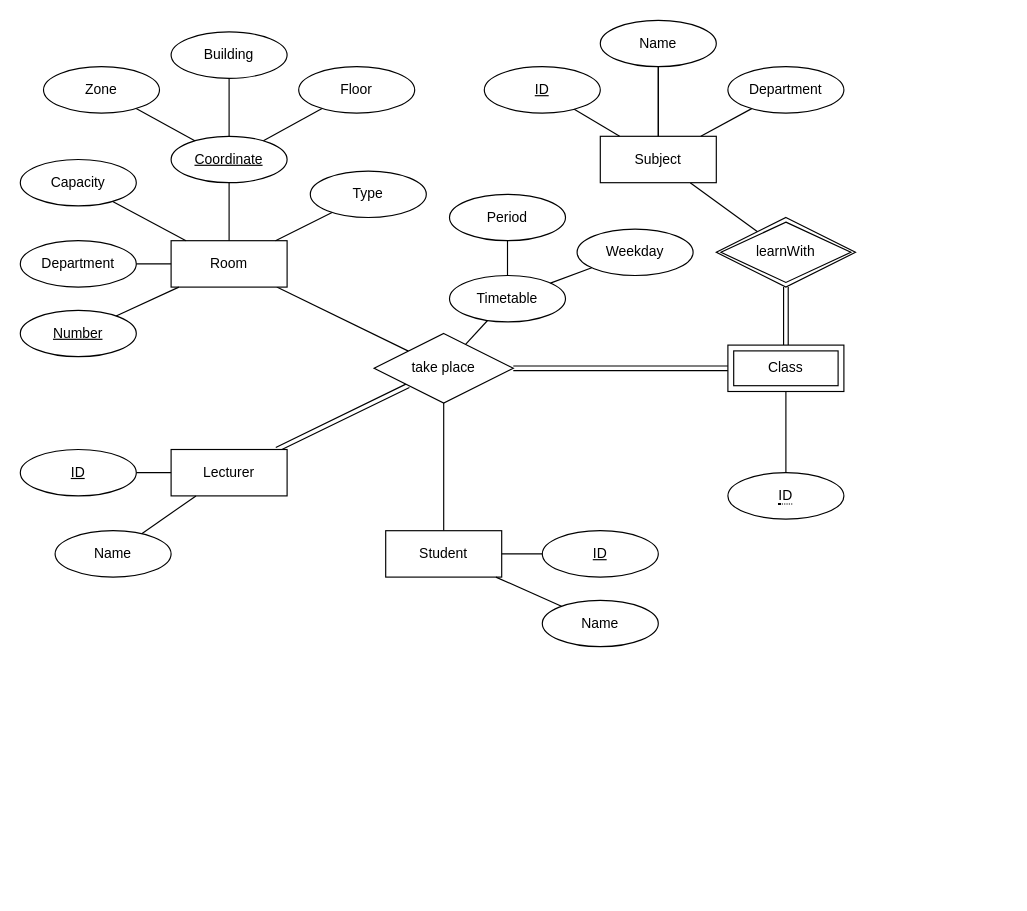
lehongduc200115/unitime-do-an keeps this draw.io diagram as page "ERD" (2 of 3) of draw.drawio. Above is the earlier version. Source tidied: cells renumbered, new cells numbered last; positions are measured from the earlier drawing's top-left corner, leaving out a move shared by most shapes. Both pictures are drawn from the tidied source at 116%, with x=0, y=0 at pixel (20, 20).
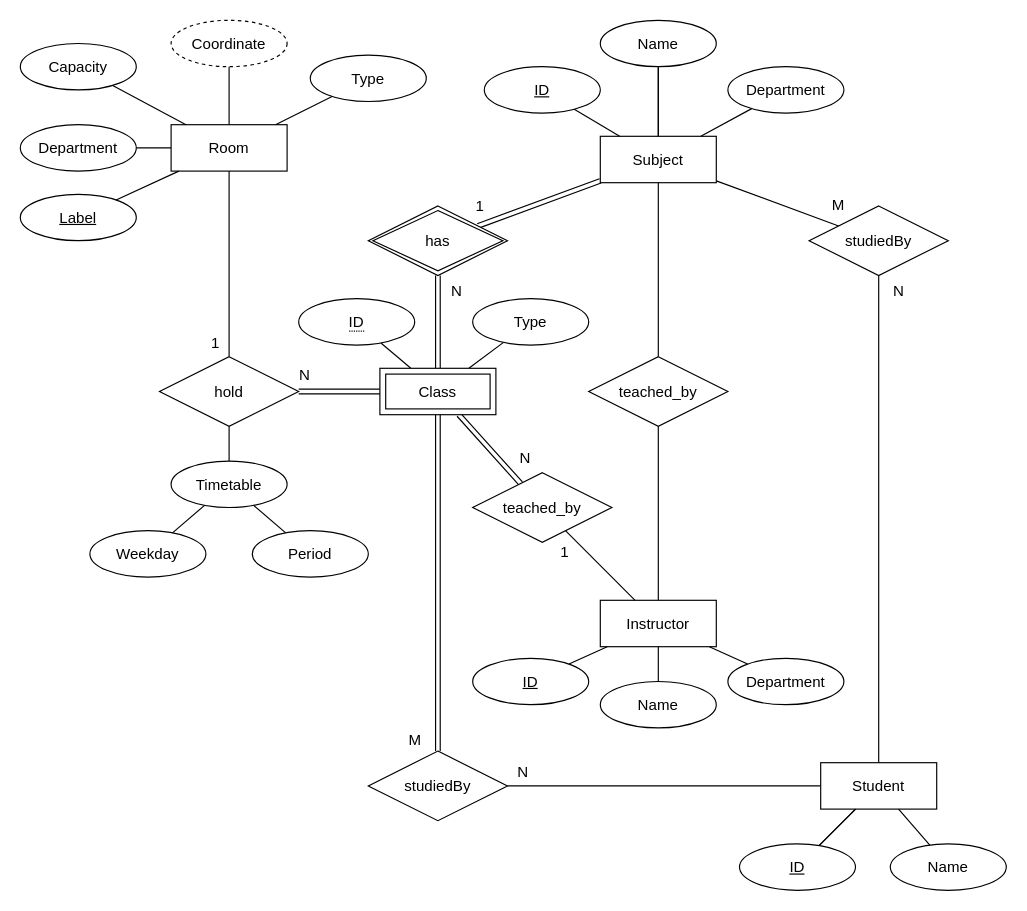
The same page after the edit.

What changed in the source:
```diff
@@
-    <mxCell id="2" style="edgeStyle=none;html=1;endArrow=none;endFill=0;" parent="1" edge="1" source="3" target="42">
-      <mxGeometry relative="1" as="geometry" />
-    </mxCell>
+    <mxCell id="52" value="N" style="edgeStyle=none;html=1;endArrow=none;endFill=0;shape=link;fontSize=13;" parent="1" edge="1" source="53" target="49">
+      <mxGeometry x="-0.68" y="16" relative="1" as="geometry" />
+    </mxCell>
+    <mxCell id="54" value="1" style="edgeStyle=none;html=1;endArrow=none;endFill=0;fontSize=13;" parent="1" edge="1" source="3" target="65">
+      <mxGeometry x="0.85" y="-12" relative="1" as="geometry" />
+    </mxCell>
-    <mxCell id="3" value="Room" style="whiteSpace=wrap;html=1;align=center;" parent="1" vertex="1">
-      <mxGeometry x="130" y="190" width="100" height="40" as="geometry" />
+    <mxCell id="3" value="Room" style="whiteSpace=wrap;html=1;align=center;fontSize=13;" parent="1" vertex="1">
+      <mxGeometry x="130" y="90" width="100" height="40" as="geometry" />
     </mxCell>
-    <mxCell id="4" style="edgeStyle=none;html=1;endArrow=none;endFill=0;" parent="1" edge="1" source="5" target="3">
+    <mxCell id="4" style="edgeStyle=none;html=1;endArrow=none;endFill=0;fontSize=13;" parent="1" edge="1" source="5" target="3">
       <mxGeometry relative="1" as="geometry" />
     </mxCell>
-    <mxCell id="5" value="Number" style="ellipse;whiteSpace=wrap;html=1;align=center;fontStyle=4;" parent="1" vertex="1">
-      <mxGeometry y="250" width="100" height="40" as="geometry" />
+    <mxCell id="5" value="Label" style="ellipse;whiteSpace=wrap;html=1;align=center;fontStyle=4;fontSize=13;" parent="1" vertex="1">
+      <mxGeometry y="150" width="100" height="40" as="geometry" />
     </mxCell>
-    <mxCell id="6" style="edgeStyle=none;html=1;endArrow=none;endFill=0;" parent="1" edge="1" source="7" target="3">
+    <mxCell id="6" style="edgeStyle=none;html=1;endArrow=none;endFill=0;fontSize=13;" parent="1" edge="1" source="7" target="3">
       <mxGeometry relative="1" as="geometry" />
     </mxCell>
-    <mxCell id="7" value="&lt;u&gt;Coordinate&lt;/u&gt;" style="ellipse;whiteSpace=wrap;html=1;align=center;fontStyle=0;" parent="1" vertex="1">
-      <mxGeometry x="130" y="100" width="100" height="40" as="geometry" />
+    <mxCell id="7" value="&lt;span style=&quot;font-size: 13px;&quot;&gt;Coordinate&lt;/span&gt;" style="ellipse;whiteSpace=wrap;html=1;align=center;dashed=1;fontFamily=Helvetica;fontSize=13;fontColor=rgb(0, 0, 0);strokeColor=rgb(0, 0, 0);fillColor=rgb(255, 255, 255);fontStyle=0;" parent="1" vertex="1">
+      <mxGeometry x="130" width="100" height="40" as="geometry" />
     </mxCell>
-    <mxCell id="8" style="edgeStyle=none;html=1;endArrow=none;endFill=0;" parent="1" edge="1" source="9" target="7">
-      <mxGeometry relative="1" as="geometry" />
-    </mxCell>
-    <mxCell id="9" value="Zone" style="ellipse;whiteSpace=wrap;html=1;align=center;" parent="1" vertex="1">
-      <mxGeometry x="20" y="40" width="100" height="40" as="geometry" />
-    </mxCell>
-    <mxCell id="10" style="edgeStyle=none;html=1;endArrow=none;endFill=0;" parent="1" edge="1" source="11" target="7">
-      <mxGeometry relative="1" as="geometry" />
-    </mxCell>
-    <mxCell id="11" value="Building" style="ellipse;whiteSpace=wrap;html=1;align=center;" parent="1" vertex="1">
-      <mxGeometry x="130" y="10" width="100" height="40" as="geometry" />
-    </mxCell>
-    <mxCell id="12" style="edgeStyle=none;html=1;endArrow=none;endFill=0;" parent="1" edge="1" source="13" target="7">
-      <mxGeometry relative="1" as="geometry" />
-    </mxCell>
-    <mxCell id="13" value="Floor" style="ellipse;whiteSpace=wrap;html=1;align=center;" parent="1" vertex="1">
-      <mxGeometry x="240" y="40" width="100" height="40" as="geometry" />
-    </mxCell>
-    <mxCell id="14" style="edgeStyle=none;html=1;endArrow=none;endFill=0;shape=link;" parent="1" edge="1" source="15" target="42">
-      <mxGeometry relative="1" as="geometry" />
-    </mxCell>
+    <mxCell id="55" style="edgeStyle=none;html=1;endArrow=none;endFill=0;fontSize=13;" parent="1" edge="1" source="15" target="63">
+      <mxGeometry relative="1" as="geometry" />
+    </mxCell>
-    <mxCell id="15" value="Lecturer" style="whiteSpace=wrap;html=1;align=center;" parent="1" vertex="1">
-      <mxGeometry x="130" y="370" width="100" height="40" as="geometry" />
+    <mxCell id="15" value="Instructor" style="whiteSpace=wrap;html=1;align=center;fontSize=13;" parent="1" vertex="1">
+      <mxGeometry x="500" y="500" width="100" height="40" as="geometry" />
     </mxCell>
-    <mxCell id="16" style="edgeStyle=none;html=1;endArrow=none;endFill=0;shape=link;" parent="1" edge="1" source="49" target="42">
-      <mxGeometry relative="1" as="geometry" />
-    </mxCell>
-    <mxCell id="17" style="edgeStyle=none;html=1;endArrow=none;endFill=0;" parent="1" edge="1" source="18" target="53">
-      <mxGeometry relative="1" as="geometry" />
+    <mxCell id="17" value="1" style="edgeStyle=none;html=1;endArrow=none;endFill=0;shape=link;fontSize=13;" parent="1" edge="1" source="18" target="53">
+      <mxGeometry x="0.87" y="-16" relative="1" as="geometry" />
     </mxCell>
+    <mxCell id="56" value="M" style="edgeStyle=none;html=1;endArrow=none;endFill=0;fontSize=13;" parent="1" edge="1" source="18" target="72">
+      <mxGeometry x="0.88" y="17" relative="1" as="geometry" />
+    </mxCell>
-    <mxCell id="18" value="Subject" style="whiteSpace=wrap;html=1;align=center;" parent="1" vertex="1">
+    <mxCell id="18" value="Subject" style="whiteSpace=wrap;html=1;align=center;fontSize=13;" parent="1" vertex="1">
       <mxGeometry x="500" y="100" width="100" height="40" as="geometry" />
     </mxCell>
-    <mxCell id="19" style="edgeStyle=none;html=1;endArrow=none;endFill=0;" parent="1" edge="1" source="20" target="42">
-      <mxGeometry relative="1" as="geometry" />
-    </mxCell>
+    <mxCell id="57" value="N" style="edgeStyle=none;html=1;endArrow=none;endFill=0;fontSize=13;" parent="1" edge="1" source="20" target="69">
+      <mxGeometry x="0.9" y="-12" relative="1" as="geometry" />
+    </mxCell>
-    <mxCell id="20" value="Student" style="whiteSpace=wrap;html=1;align=center;" parent="1" vertex="1">
-      <mxGeometry x="315" y="440" width="100" height="40" as="geometry" />
+    <mxCell id="20" value="Student" style="whiteSpace=wrap;html=1;align=center;fontSize=13;" parent="1" vertex="1">
+      <mxGeometry x="690" y="640" width="100" height="40" as="geometry" />
     </mxCell>
-    <mxCell id="21" style="edgeStyle=none;html=1;endArrow=none;endFill=0;startArrow=none;" parent="1" edge="1" source="33" target="18">
+    <mxCell id="21" style="edgeStyle=none;html=1;endArrow=none;endFill=0;startArrow=none;fontSize=13;" parent="1" edge="1" source="33" target="18">
       <mxGeometry relative="1" as="geometry" />
     </mxCell>
-    <mxCell id="22" value="ID" style="ellipse;whiteSpace=wrap;html=1;align=center;fontStyle=4;" parent="1" vertex="1">
+    <mxCell id="22" value="ID" style="ellipse;whiteSpace=wrap;html=1;align=center;fontStyle=4;fontSize=13;" parent="1" vertex="1">
       <mxGeometry x="400" y="40" width="100" height="40" as="geometry" />
     </mxCell>
-    <mxCell id="23" style="edgeStyle=none;html=1;endArrow=none;endFill=0;" parent="1" edge="1" source="33" target="18">
+    <mxCell id="23" style="edgeStyle=none;html=1;endArrow=none;endFill=0;fontSize=13;" parent="1" edge="1" source="33" target="18">
       <mxGeometry relative="1" as="geometry" />
     </mxCell>
-    <mxCell id="24" style="edgeStyle=none;html=1;endArrow=none;endFill=0;" parent="1" edge="1" source="25" target="18">
+    <mxCell id="24" style="edgeStyle=none;html=1;endArrow=none;endFill=0;fontSize=13;" parent="1" edge="1" source="25" target="18">
       <mxGeometry relative="1" as="geometry" />
     </mxCell>
-    <mxCell id="25" value="Department" style="ellipse;whiteSpace=wrap;html=1;align=center;" parent="1" vertex="1">
+    <mxCell id="25" value="Department" style="ellipse;whiteSpace=wrap;html=1;align=center;fontSize=13;" parent="1" vertex="1">
       <mxGeometry x="610" y="40" width="100" height="40" as="geometry" />
     </mxCell>
-    <mxCell id="26" style="edgeStyle=none;html=1;endArrow=none;endFill=0;" parent="1" edge="1" source="27" target="15">
+    <mxCell id="26" style="edgeStyle=none;html=1;endArrow=none;endFill=0;fontSize=13;" parent="1" edge="1" source="27" target="15">
       <mxGeometry relative="1" as="geometry" />
     </mxCell>
-    <mxCell id="27" value="ID" style="ellipse;whiteSpace=wrap;html=1;align=center;fontStyle=4;" parent="1" vertex="1">
-      <mxGeometry y="370" width="100" height="40" as="geometry" />
+    <mxCell id="27" value="ID" style="ellipse;whiteSpace=wrap;html=1;align=center;fontStyle=4;fontSize=13;" parent="1" vertex="1">
+      <mxGeometry x="390" y="550" width="100" height="40" as="geometry" />
     </mxCell>
-    <mxCell id="28" value="Timetable" style="ellipse;whiteSpace=wrap;html=1;align=center;fontFamily=Helvetica;fontSize=12;fontColor=rgb(0, 0, 0);strokeColor=rgb(0, 0, 0);fillColor=rgb(255, 255, 255);" parent="1" vertex="1">
-      <mxGeometry x="370" y="220" width="100" height="40" as="geometry" />
-    </mxCell>
-    <mxCell id="29" style="edgeStyle=none;html=1;endArrow=none;endFill=0;" parent="1" edge="1" source="30" target="28">
-      <mxGeometry relative="1" as="geometry" />
-    </mxCell>
-    <mxCell id="30" value="Period" style="ellipse;whiteSpace=wrap;html=1;align=center;fontStyle=0;" parent="1" vertex="1">
-      <mxGeometry x="370" y="150" width="100" height="40" as="geometry" />
-    </mxCell>
-    <mxCell id="31" style="edgeStyle=none;html=1;endArrow=none;endFill=0;" parent="1" edge="1" source="32" target="28">
-      <mxGeometry relative="1" as="geometry" />
-    </mxCell>
-    <mxCell id="32" value="Weekday" style="ellipse;whiteSpace=wrap;html=1;align=center;fontStyle=0;" parent="1" vertex="1">
-      <mxGeometry x="480" y="180" width="100" height="40" as="geometry" />
-    </mxCell>
-    <mxCell id="33" value="Name" style="ellipse;whiteSpace=wrap;html=1;align=center;" parent="1" vertex="1">
+    <mxCell id="33" value="Name" style="ellipse;whiteSpace=wrap;html=1;align=center;fontSize=13;" parent="1" vertex="1">
       <mxGeometry x="500" width="100" height="40" as="geometry" />
     </mxCell>
-    <mxCell id="34" style="edgeStyle=none;html=1;endArrow=none;endFill=0;" parent="1" edge="1" source="22" target="18">
+    <mxCell id="34" style="edgeStyle=none;html=1;endArrow=none;endFill=0;fontSize=13;" parent="1" edge="1" source="22" target="18">
       <mxGeometry relative="1" as="geometry" />
     </mxCell>
-    <mxCell id="35" style="edgeStyle=none;html=1;endArrow=none;endFill=0;" parent="1" edge="1" source="36" target="15">
+    <mxCell id="35" style="edgeStyle=none;html=1;endArrow=none;endFill=0;fontSize=13;" parent="1" edge="1" source="36" target="15">
       <mxGeometry relative="1" as="geometry" />
     </mxCell>
-    <mxCell id="36" value="Name" style="ellipse;whiteSpace=wrap;html=1;align=center;" parent="1" vertex="1">
-      <mxGeometry x="30" y="440" width="100" height="40" as="geometry" />
+    <mxCell id="36" value="Name" style="ellipse;whiteSpace=wrap;html=1;align=center;fontSize=13;" parent="1" vertex="1">
+      <mxGeometry x="500" y="570" width="100" height="40" as="geometry" />
     </mxCell>
-    <mxCell id="37" style="edgeStyle=none;html=1;endArrow=none;endFill=0;" parent="1" edge="1" source="38" target="20">
+    <mxCell id="37" style="edgeStyle=none;html=1;endArrow=none;endFill=0;startArrow=none;fontSize=13;" parent="1" edge="1" source="40" target="20">
       <mxGeometry relative="1" as="geometry" />
     </mxCell>
-    <mxCell id="38" value="Name" style="ellipse;whiteSpace=wrap;html=1;align=center;" parent="1" vertex="1">
-      <mxGeometry x="450" y="500" width="100" height="40" as="geometry" />
+    <mxCell id="38" value="Name" style="ellipse;whiteSpace=wrap;html=1;align=center;fontSize=13;" parent="1" vertex="1">
+      <mxGeometry x="750" y="710" width="100" height="40" as="geometry" />
     </mxCell>
-    <mxCell id="39" style="edgeStyle=none;html=1;endArrow=none;endFill=0;" parent="1" edge="1" source="40" target="20">
+    <mxCell id="39" style="edgeStyle=none;html=1;endArrow=none;endFill=0;fontSize=13;" parent="1" edge="1" source="40" target="20">
       <mxGeometry relative="1" as="geometry" />
     </mxCell>
-    <mxCell id="40" value="ID" style="ellipse;whiteSpace=wrap;html=1;align=center;fontStyle=4;" parent="1" vertex="1">
-      <mxGeometry x="450" y="440" width="100" height="40" as="geometry" />
-    </mxCell>
-    <mxCell id="41" style="edgeStyle=none;html=1;endArrow=none;endFill=0;" parent="1" edge="1" source="42" target="28">
-      <mxGeometry relative="1" as="geometry" />
-    </mxCell>
-    <mxCell id="42" value="take place" style="shape=rhombus;perimeter=rhombusPerimeter;whiteSpace=wrap;html=1;align=center;" parent="1" vertex="1">
-      <mxGeometry x="305" y="270" width="120" height="60" as="geometry" />
-    </mxCell>
-    <mxCell id="43" style="edgeStyle=none;html=1;endArrow=none;endFill=0;" parent="1" edge="1" source="44" target="3">
+    <mxCell id="43" style="edgeStyle=none;html=1;endArrow=none;endFill=0;fontSize=13;" parent="1" edge="1" source="44" target="3">
       <mxGeometry relative="1" as="geometry" />
     </mxCell>
-    <mxCell id="44" value="Capacity" style="ellipse;whiteSpace=wrap;html=1;align=center;" parent="1" vertex="1">
-      <mxGeometry y="120" width="100" height="40" as="geometry" />
+    <mxCell id="44" value="Capacity" style="ellipse;whiteSpace=wrap;html=1;align=center;fontSize=13;" parent="1" vertex="1">
+      <mxGeometry y="20" width="100" height="40" as="geometry" />
     </mxCell>
-    <mxCell id="45" style="edgeStyle=none;html=1;endArrow=none;endFill=0;" parent="1" edge="1" source="46" target="3">
+    <mxCell id="45" style="edgeStyle=none;html=1;endArrow=none;endFill=0;fontSize=13;" parent="1" edge="1" source="46" target="3">
       <mxGeometry relative="1" as="geometry" />
     </mxCell>
-    <mxCell id="46" value="Type" style="ellipse;whiteSpace=wrap;html=1;align=center;" parent="1" vertex="1">
-      <mxGeometry x="250" y="130" width="100" height="40" as="geometry" />
+    <mxCell id="46" value="Type" style="ellipse;whiteSpace=wrap;html=1;align=center;fontSize=13;" parent="1" vertex="1">
+      <mxGeometry x="250" y="30" width="100" height="40" as="geometry" />
     </mxCell>
-    <mxCell id="47" style="edgeStyle=none;html=1;endArrow=none;endFill=0;" parent="1" edge="1" source="48" target="3">
+    <mxCell id="47" style="edgeStyle=none;html=1;endArrow=none;endFill=0;fontSize=13;" parent="1" edge="1" source="48" target="3">
       <mxGeometry relative="1" as="geometry" />
     </mxCell>
-    <mxCell id="48" value="Department" style="ellipse;whiteSpace=wrap;html=1;align=center;" parent="1" vertex="1">
-      <mxGeometry y="190" width="100" height="40" as="geometry" />
+    <mxCell id="48" value="Department" style="ellipse;whiteSpace=wrap;html=1;align=center;fontSize=13;" parent="1" vertex="1">
+      <mxGeometry y="90" width="100" height="40" as="geometry" />
     </mxCell>
+    <mxCell id="58" style="edgeStyle=none;html=1;endArrow=none;endFill=0;fontSize=13;" parent="1" edge="1" source="65" target="28">
+      <mxGeometry relative="1" as="geometry" />
+    </mxCell>
+    <mxCell id="50" style="edgeStyle=none;html=1;endArrow=none;endFill=0;fontSize=13;" parent="1" edge="1" source="51" target="49">
+      <mxGeometry relative="1" as="geometry" />
+    </mxCell>
+    <mxCell id="59" value="N" style="edgeStyle=none;html=1;endArrow=none;endFill=0;shape=link;fontSize=13;" parent="1" edge="1" source="49" target="67">
+      <mxGeometry x="0.65" y="18" relative="1" as="geometry">
+        <mxPoint x="-1" as="offset" />
+      </mxGeometry>
+    </mxCell>
-    <mxCell id="49" value="Class" style="shape=ext;margin=3;double=1;whiteSpace=wrap;html=1;align=center;fontFamily=Helvetica;fontSize=12;fontColor=rgb(0, 0, 0);strokeColor=rgb(0, 0, 0);fillColor=rgb(255, 255, 255);" parent="1" vertex="1">
-      <mxGeometry x="610" y="280" width="100" height="40" as="geometry" />
+    <mxCell id="49" value="Class" style="shape=ext;margin=3;double=1;whiteSpace=wrap;html=1;align=center;fontFamily=Helvetica;fontSize=13;fontColor=rgb(0, 0, 0);strokeColor=rgb(0, 0, 0);fillColor=rgb(255, 255, 255);" parent="1" vertex="1">
+      <mxGeometry x="310" y="300" width="100" height="40" as="geometry" />
     </mxCell>
-    <mxCell id="50" style="edgeStyle=none;html=1;endArrow=none;endFill=0;" parent="1" edge="1" source="51" target="49">
-      <mxGeometry relative="1" as="geometry" />
-    </mxCell>
-    <mxCell id="51" value="&lt;span style=&quot;border-bottom: 1px dotted&quot;&gt;ID&lt;/span&gt;" style="ellipse;whiteSpace=wrap;html=1;align=center;" parent="1" vertex="1">
-      <mxGeometry x="610" y="390" width="100" height="40" as="geometry" />
+    <mxCell id="51" value="&lt;span style=&quot;border-bottom: 1px dotted; font-size: 13px;&quot;&gt;ID&lt;/span&gt;" style="ellipse;whiteSpace=wrap;html=1;align=center;fontSize=13;" parent="1" vertex="1">
+      <mxGeometry x="240" y="240" width="100" height="40" as="geometry" />
     </mxCell>
-    <mxCell id="52" style="edgeStyle=none;html=1;endArrow=none;endFill=0;shape=link;" parent="1" edge="1" source="53" target="49">
-      <mxGeometry relative="1" as="geometry" />
-    </mxCell>
-    <mxCell id="53" value="learnWith" style="shape=rhombus;double=1;perimeter=rhombusPerimeter;whiteSpace=wrap;html=1;align=center;" parent="1" vertex="1">
-      <mxGeometry x="600" y="170" width="120" height="60" as="geometry" />
+    <mxCell id="53" value="has" style="shape=rhombus;double=1;perimeter=rhombusPerimeter;whiteSpace=wrap;html=1;align=center;fontSize=13;" parent="1" vertex="1">
+      <mxGeometry x="300" y="160" width="120" height="60" as="geometry" />
     </mxCell>
+    <mxCell id="60" style="edgeStyle=none;html=1;endArrow=none;endFill=0;fontSize=13;" parent="1" edge="1" source="61" target="49">
+      <mxGeometry relative="1" as="geometry" />
+    </mxCell>
+    <mxCell id="61" value="Type" style="ellipse;whiteSpace=wrap;html=1;align=center;fontFamily=Helvetica;fontSize=13;fontColor=rgb(0, 0, 0);strokeColor=rgb(0, 0, 0);fillColor=rgb(255, 255, 255);" parent="1" vertex="1">
+      <mxGeometry x="390" y="240" width="100" height="40" as="geometry" />
+    </mxCell>
+    <mxCell id="28" value="Timetable" style="ellipse;whiteSpace=wrap;html=1;align=center;fontFamily=Helvetica;fontSize=13;fontColor=rgb(0, 0, 0);strokeColor=rgb(0, 0, 0);fillColor=rgb(255, 255, 255);" parent="1" vertex="1">
+      <mxGeometry x="130" y="380" width="100" height="40" as="geometry" />
+    </mxCell>
+    <mxCell id="29" style="edgeStyle=none;html=1;endArrow=none;endFill=0;fontSize=13;" parent="1" edge="1" source="30" target="28">
+      <mxGeometry relative="1" as="geometry" />
+    </mxCell>
+    <mxCell id="30" value="Period" style="ellipse;whiteSpace=wrap;html=1;align=center;fontFamily=Helvetica;fontSize=13;fontColor=rgb(0, 0, 0);strokeColor=rgb(0, 0, 0);fillColor=rgb(255, 255, 255);" parent="1" vertex="1">
+      <mxGeometry x="200" y="440" width="100" height="40" as="geometry" />
+    </mxCell>
+    <mxCell id="31" style="edgeStyle=none;html=1;endArrow=none;endFill=0;fontSize=13;" parent="1" edge="1" source="32" target="28">
+      <mxGeometry relative="1" as="geometry" />
+    </mxCell>
+    <mxCell id="32" value="Weekday" style="ellipse;whiteSpace=wrap;html=1;align=center;fontFamily=Helvetica;fontSize=13;fontColor=rgb(0, 0, 0);strokeColor=rgb(0, 0, 0);fillColor=rgb(255, 255, 255);" parent="1" vertex="1">
+      <mxGeometry x="60" y="440" width="100" height="40" as="geometry" />
+    </mxCell>
+    <mxCell id="62" style="edgeStyle=none;html=1;endArrow=none;endFill=0;fontSize=13;" parent="1" edge="1" source="63" target="18">
+      <mxGeometry relative="1" as="geometry" />
+    </mxCell>
+    <mxCell id="63" value="teached_by" style="shape=rhombus;perimeter=rhombusPerimeter;whiteSpace=wrap;html=1;align=center;fontSize=13;" parent="1" vertex="1">
+      <mxGeometry x="490" y="290" width="120" height="60" as="geometry" />
+    </mxCell>
+    <mxCell id="64" value="N" style="edgeStyle=none;html=1;endArrow=none;endFill=0;shape=link;fontSize=13;" parent="1" edge="1" source="65" target="49">
+      <mxGeometry x="-0.86" y="14" relative="1" as="geometry" />
+    </mxCell>
+    <mxCell id="65" value="hold" style="shape=rhombus;perimeter=rhombusPerimeter;whiteSpace=wrap;html=1;align=center;fontSize=13;" parent="1" vertex="1">
+      <mxGeometry x="120" y="290" width="120" height="60" as="geometry" />
+    </mxCell>
+    <mxCell id="66" value="1" style="edgeStyle=none;html=1;endArrow=none;endFill=0;fontSize=13;" parent="1" edge="1" source="67" target="15">
+      <mxGeometry x="-0.72" y="-13" relative="1" as="geometry" />
+    </mxCell>
+    <mxCell id="67" value="teached_by" style="shape=rhombus;perimeter=rhombusPerimeter;whiteSpace=wrap;html=1;align=center;fontSize=13;" parent="1" vertex="1">
+      <mxGeometry x="390" y="390" width="120" height="60" as="geometry" />
+    </mxCell>
+    <mxCell id="68" value="M" style="edgeStyle=none;html=1;endArrow=none;endFill=0;shape=link;fontSize=13;" parent="1" edge="1" source="69" target="49">
+      <mxGeometry x="-0.93" y="20" relative="1" as="geometry" />
+    </mxCell>
+    <mxCell id="69" value="studiedBy" style="shape=rhombus;perimeter=rhombusPerimeter;whiteSpace=wrap;html=1;align=center;fontSize=13;" parent="1" vertex="1">
+      <mxGeometry x="300" y="630" width="120" height="60" as="geometry" />
+    </mxCell>
+    <mxCell id="40" value="ID" style="ellipse;whiteSpace=wrap;html=1;align=center;fontStyle=4;fontSize=13;" parent="1" vertex="1">
+      <mxGeometry x="620" y="710" width="100" height="40" as="geometry" />
+    </mxCell>
+    <mxCell id="70" style="edgeStyle=none;html=1;endArrow=none;endFill=0;fontSize=13;" parent="1" edge="1" source="38" target="20">
+      <mxGeometry relative="1" as="geometry" />
+    </mxCell>
+    <mxCell id="71" value="N" style="edgeStyle=none;html=1;endArrow=none;endFill=0;fontSize=13;" parent="1" edge="1" source="72" target="20">
+      <mxGeometry x="-0.94" y="17" relative="1" as="geometry" />
+    </mxCell>
+    <mxCell id="72" value="studiedBy" style="shape=rhombus;perimeter=rhombusPerimeter;whiteSpace=wrap;html=1;align=center;fontSize=13;" parent="1" vertex="1">
+      <mxGeometry x="680" y="160" width="120" height="60" as="geometry" />
+    </mxCell>
+    <mxCell id="73" style="edgeStyle=none;html=1;endArrow=none;endFill=0;fontSize=13;" parent="1" edge="1" source="74" target="15">
+      <mxGeometry relative="1" as="geometry" />
+    </mxCell>
+    <mxCell id="74" value="Department" style="ellipse;whiteSpace=wrap;html=1;align=center;fontSize=13;" parent="1" vertex="1">
+      <mxGeometry x="610" y="550" width="100" height="40" as="geometry" />
+    </mxCell>
```
